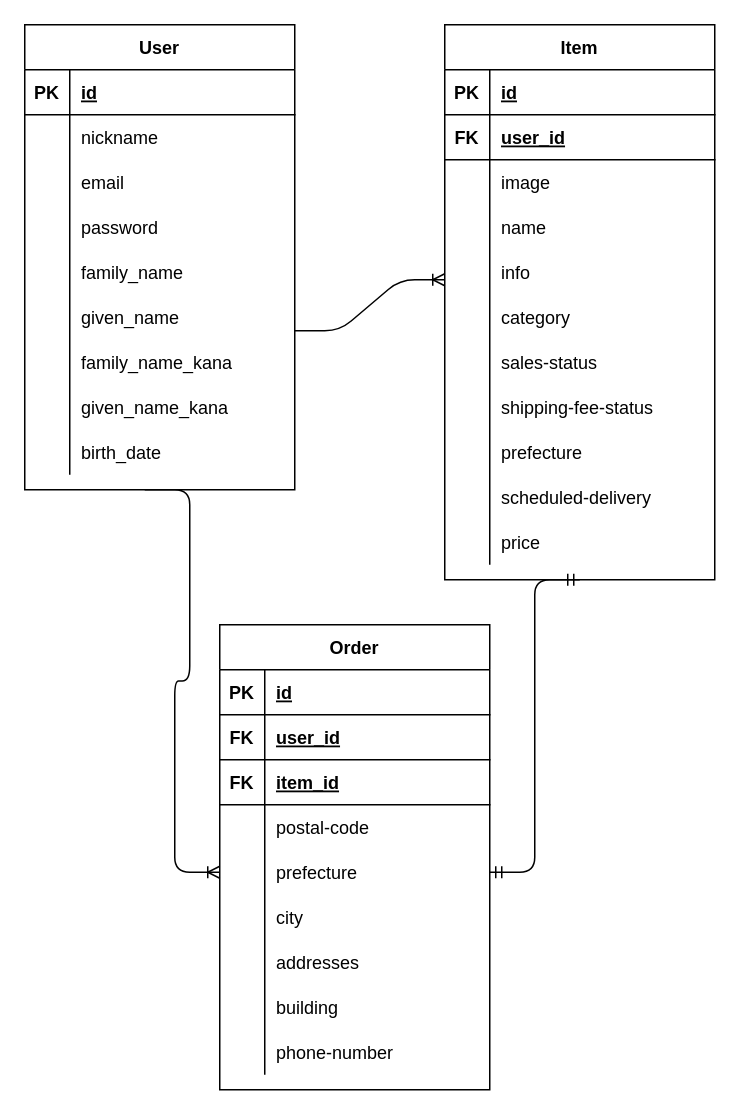
Before: ER.dio in ttbbtbb/furima-31108, a draw.io diagram. Source tidied: cells renumbered, new cells numbered last; positions are measured from the earlier drawing's top-left corner, leaving out a move shared by most shapes. Both pictures are drawn from the tidied source at 150%, with x=0, y=0 at pixel (24, 24).
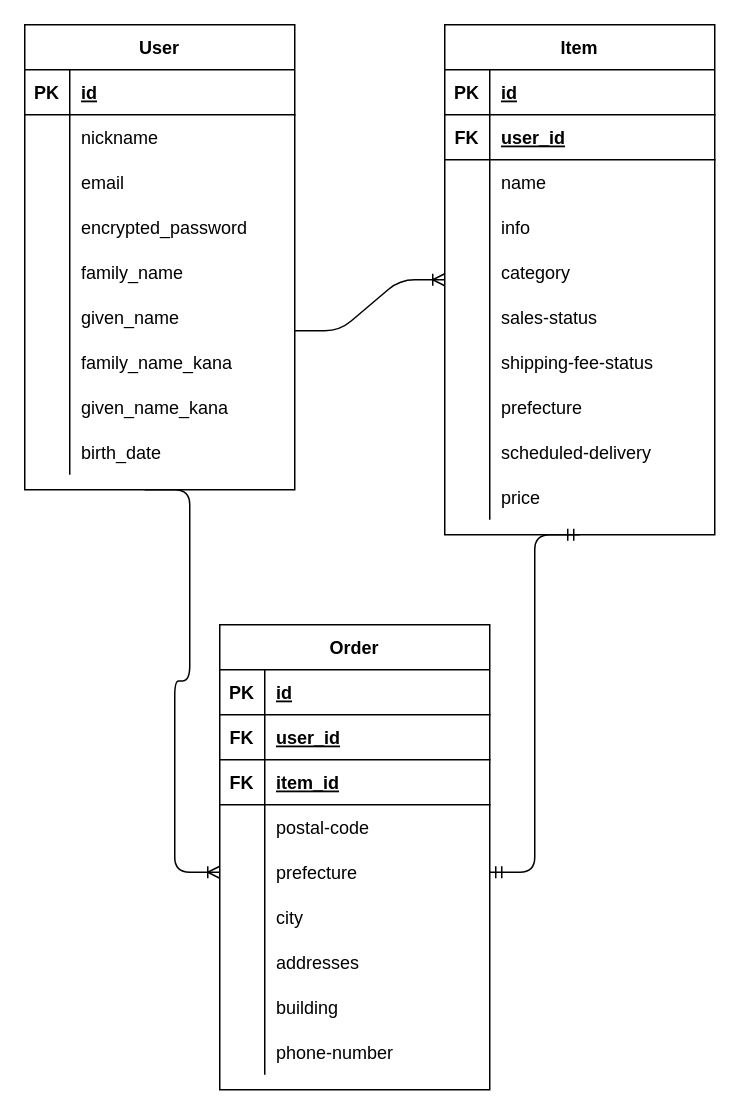
The same diagram, later.

Commit message (it also covers changes not shown here):
テーブル修正

オプション変更
カラム名変更
不要列削除
型変更

The change refers to these unchanged cells:
```xml
<mxCell id="12" style="shape=partialRectangle;fillColor=none;top=0;left=0;bottom=0;right=0;" parent="2" vertex="1">
  <mxGeometry y="120" width="180" height="30" as="geometry" />
</mxCell>
```

Diff of the diagram source:
```diff
@@
-    <mxCell id="14" value="password" style="shape=partialRectangle;fillColor=none;top=0;left=0;bottom=0;right=0;align=left;spacingLeft=6;overflow=hidden;" parent="12" vertex="1">
+    <mxCell id="14" value="encrypted_password" style="shape=partialRectangle;fillColor=none;top=0;left=0;bottom=0;right=0;align=left;spacingLeft=6;overflow=hidden;" parent="12" vertex="1">
       <mxGeometry x="30" width="150" height="30" as="geometry" />
     </mxCell>
@@
     <mxCell id="30" value="Item" style="shape=table;startSize=30;childLayout=tableLayout;rowLines=0;fontStyle=1;align=center;" parent="1" vertex="1">
-      <mxGeometry x="280" width="180" height="370" as="geometry" />
+      <mxGeometry x="280" width="180" height="340" as="geometry" />
     </mxCell>
@@
-    <mxCell id="37" style="shape=partialRectangle;fillColor=none;top=0;left=0;bottom=0;right=0;" parent="30" vertex="1">
-      <mxGeometry y="90" width="180" height="30" as="geometry" />
-    </mxCell>
-    <mxCell id="38" style="shape=partialRectangle;fillColor=none;top=0;left=0;bottom=0;right=0;overflow=hidden;" parent="37" vertex="1">
-      <mxGeometry width="30" height="30" as="geometry" />
-    </mxCell>
-    <mxCell id="39" value="image" style="shape=partialRectangle;fillColor=none;top=0;left=0;bottom=0;right=0;align=left;spacingLeft=6;overflow=hidden;" parent="37" vertex="1">
-      <mxGeometry x="30" width="150" height="30" as="geometry" />
-    </mxCell>
     <mxCell id="40" style="shape=partialRectangle;fillColor=none;top=0;left=0;bottom=0;right=0;" parent="30" vertex="1">
-      <mxGeometry y="120" width="180" height="30" as="geometry" />
+      <mxGeometry y="90" width="180" height="30" as="geometry" />
     </mxCell>
@@
     <mxCell id="43" style="shape=partialRectangle;fillColor=none;top=0;left=0;bottom=0;right=0;" parent="30" vertex="1">
-      <mxGeometry y="150" width="180" height="30" as="geometry" />
+      <mxGeometry y="120" width="180" height="30" as="geometry" />
     </mxCell>
@@
     <mxCell id="46" style="shape=partialRectangle;fillColor=none;top=0;left=0;bottom=0;right=0;" parent="30" vertex="1">
-      <mxGeometry y="180" width="180" height="30" as="geometry" />
+      <mxGeometry y="150" width="180" height="30" as="geometry" />
     </mxCell>
@@
     <mxCell id="49" style="shape=partialRectangle;fillColor=none;top=0;left=0;bottom=0;right=0;" parent="30" vertex="1">
-      <mxGeometry y="210" width="180" height="30" as="geometry" />
+      <mxGeometry y="180" width="180" height="30" as="geometry" />
     </mxCell>
@@
     <mxCell id="52" style="shape=partialRectangle;fillColor=none;top=0;left=0;bottom=0;right=0;" parent="30" vertex="1">
-      <mxGeometry y="240" width="180" height="30" as="geometry" />
+      <mxGeometry y="210" width="180" height="30" as="geometry" />
     </mxCell>
@@
     <mxCell id="55" style="shape=partialRectangle;fillColor=none;top=0;left=0;bottom=0;right=0;" parent="30" vertex="1">
-      <mxGeometry y="270" width="180" height="30" as="geometry" />
+      <mxGeometry y="240" width="180" height="30" as="geometry" />
     </mxCell>
@@
     <mxCell id="58" style="shape=partialRectangle;fillColor=none;top=0;left=0;bottom=0;right=0;" parent="30" vertex="1">
-      <mxGeometry y="300" width="180" height="30" as="geometry" />
+      <mxGeometry y="270" width="180" height="30" as="geometry" />
     </mxCell>
@@
     <mxCell id="61" style="shape=partialRectangle;fillColor=none;top=0;left=0;bottom=0;right=0;" parent="30" vertex="1">
-      <mxGeometry y="330" width="180" height="30" as="geometry" />
+      <mxGeometry y="300" width="180" height="30" as="geometry" />
     </mxCell>
```
